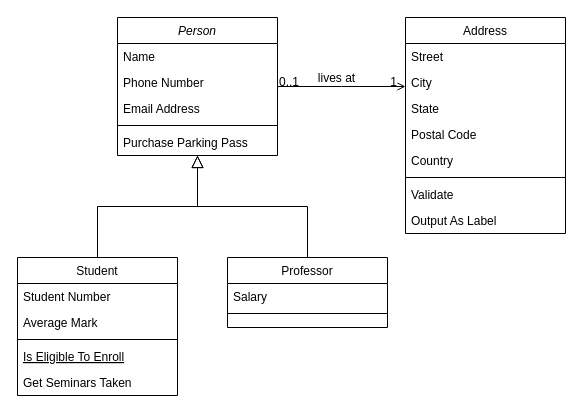
Before: Diagrama de Classes.drawio in yuritelis/jogodaforca, a draw.io diagram. Source tidied: cells renumbered, new cells numbered last; positions are measured from the earlier drawing's top-left corner, leaving out a move shared by most shapes. Both pictures are drawn from the tidied source at 100%, with x=0, y=0 at pixel (17, 17).
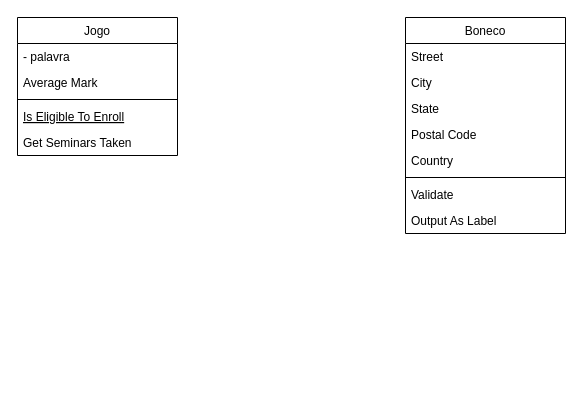
The same page after the edit.

What changed in the source:
```diff
@@
-    <mxCell id="2" value="Person" style="swimlane;fontStyle=2;align=center;verticalAlign=top;horizontal=1;startSize=26;rounded=0;shadow=0;strokeWidth=1;" parent="1" vertex="1">
-      <mxGeometry x="100" width="160" height="138" as="geometry" />
-    </mxCell>
-    <mxCell id="3" value="Name" style="text;align=left;verticalAlign=top;spacingLeft=4;spacingRight=4;overflow=hidden;" parent="2" vertex="1">
-      <mxGeometry y="26" width="160" height="26" as="geometry" />
-    </mxCell>
-    <mxCell id="4" value="Phone Number" style="text;align=left;verticalAlign=top;spacingLeft=4;spacingRight=4;overflow=hidden;rounded=0;shadow=0;html=0;" parent="2" vertex="1">
-      <mxGeometry y="52" width="160" height="26" as="geometry" />
-    </mxCell>
-    <mxCell id="5" value="Email Address" style="text;align=left;verticalAlign=top;spacingLeft=4;spacingRight=4;overflow=hidden;rounded=0;shadow=0;html=0;" parent="2" vertex="1">
-      <mxGeometry y="78" width="160" height="26" as="geometry" />
-    </mxCell>
-    <mxCell id="6" style="line;html=1;strokeWidth=1;align=left;verticalAlign=middle;spacingTop=-1;spacingLeft=3;spacingRight=3;labelPosition=right;" parent="2" vertex="1">
-      <mxGeometry y="104" width="160" height="8" as="geometry" />
-    </mxCell>
-    <mxCell id="7" value="Purchase Parking Pass" style="text;align=left;verticalAlign=top;spacingLeft=4;spacingRight=4;overflow=hidden;" parent="2" vertex="1">
-      <mxGeometry y="112" width="160" height="26" as="geometry" />
-    </mxCell>
-    <mxCell id="8" value="Student" style="swimlane;fontStyle=0;align=center;verticalAlign=top;horizontal=1;startSize=26;rounded=0;shadow=0;strokeWidth=1;" parent="1" vertex="1">
-      <mxGeometry y="240" width="160" height="138" as="geometry" />
+    <mxCell id="8" value="Jogo" style="swimlane;fontStyle=0;align=center;verticalAlign=top;horizontal=1;startSize=26;rounded=0;shadow=0;strokeWidth=1;" parent="1" vertex="1">
+      <mxGeometry width="160" height="138" as="geometry" />
     </mxCell>
-    <mxCell id="9" value="Student Number" style="text;align=left;verticalAlign=top;spacingLeft=4;spacingRight=4;overflow=hidden;" parent="8" vertex="1">
+    <mxCell id="9" value="- palavra" style="text;align=left;verticalAlign=top;spacingLeft=4;spacingRight=4;overflow=hidden;" parent="8" vertex="1">
       <mxGeometry y="26" width="160" height="26" as="geometry" />
     </mxCell>
@@
-    <mxCell id="14" style="endArrow=block;endSize=10;endFill=0;shadow=0;strokeWidth=1;rounded=0;edgeStyle=elbowEdgeStyle;elbow=vertical;" parent="1" edge="1" source="8" target="2">
-      <mxGeometry relative="1" as="geometry" />
-    </mxCell>
-    <mxCell id="15" value="Professor" style="swimlane;fontStyle=0;align=center;verticalAlign=top;horizontal=1;startSize=26;rounded=0;shadow=0;strokeWidth=1;" parent="1" vertex="1">
-      <mxGeometry x="210" y="240" width="160" height="70" as="geometry" />
-    </mxCell>
-    <mxCell id="16" value="Salary" style="text;align=left;verticalAlign=top;spacingLeft=4;spacingRight=4;overflow=hidden;" parent="15" vertex="1">
-      <mxGeometry y="26" width="160" height="26" as="geometry" />
-    </mxCell>
-    <mxCell id="17" style="line;html=1;strokeWidth=1;align=left;verticalAlign=middle;spacingTop=-1;spacingLeft=3;spacingRight=3;labelPosition=right;" parent="15" vertex="1">
-      <mxGeometry y="52" width="160" height="8" as="geometry" />
-    </mxCell>
-    <mxCell id="18" style="endArrow=block;endSize=10;endFill=0;shadow=0;strokeWidth=1;rounded=0;edgeStyle=elbowEdgeStyle;elbow=vertical;" parent="1" edge="1" source="15" target="2">
-      <mxGeometry relative="1" as="geometry" />
-    </mxCell>
-    <mxCell id="19" value="Address" style="swimlane;fontStyle=0;align=center;verticalAlign=top;horizontal=1;startSize=26;rounded=0;shadow=0;strokeWidth=1;" parent="1" vertex="1">
+    <mxCell id="19" value="Boneco" style="swimlane;fontStyle=0;align=center;verticalAlign=top;horizontal=1;startSize=26;rounded=0;shadow=0;strokeWidth=1;" parent="1" vertex="1">
       <mxGeometry x="388" width="160" height="216" as="geometry" />
     </mxCell>
@@
-    <mxCell id="28" style="endArrow=open;shadow=0;strokeWidth=1;rounded=0;endFill=1;edgeStyle=elbowEdgeStyle;elbow=vertical;" parent="1" edge="1" source="2" target="19">
-      <mxGeometry x="0.5" y="41" relative="1" as="geometry">
-        <mxPoint x="-40" y="32" as="offset" />
-      </mxGeometry>
-    </mxCell>
-    <mxCell id="29" value="0..1" style="align=left;verticalAlign=bottom;labelBackgroundColor=none;fontSize=12;" parent="28" vertex="1">
-      <mxGeometry x="-1" relative="1" as="geometry">
-        <mxPoint y="4" as="offset" />
-      </mxGeometry>
-    </mxCell>
-    <mxCell id="30" value="1" style="align=right;verticalAlign=bottom;labelBackgroundColor=none;fontSize=12;" parent="28" vertex="1">
-      <mxGeometry x="1" relative="1" as="geometry">
-        <mxPoint x="-7" y="4" as="offset" />
-      </mxGeometry>
-    </mxCell>
-    <mxCell id="31" value="lives at" style="text;html=1;align=center;verticalAlign=middle;labelBackgroundColor=none;rounded=0;shadow=0;strokeWidth=1;fontSize=12;" parent="28" vertex="1">
-      <mxGeometry x="0.5" y="49" relative="1" as="geometry">
-        <mxPoint x="-38" y="40" as="offset" />
-      </mxGeometry>
-    </mxCell>
```
